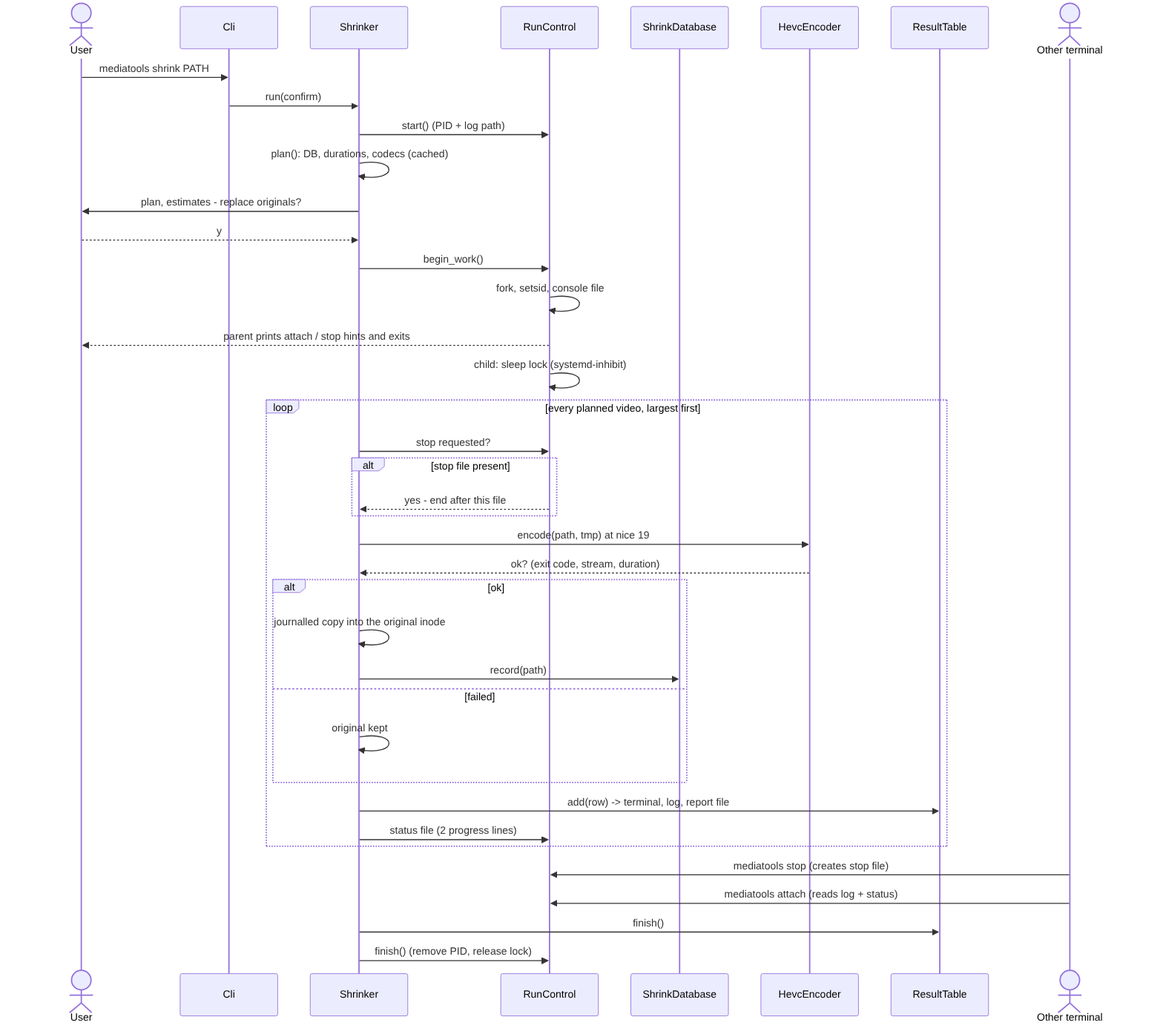
Above: docs/img/seq_shrink.png in peddanet/mediatools (Mermaid), before the change. Its source is kept beside it as docs/img/seq_shrink.mmd.
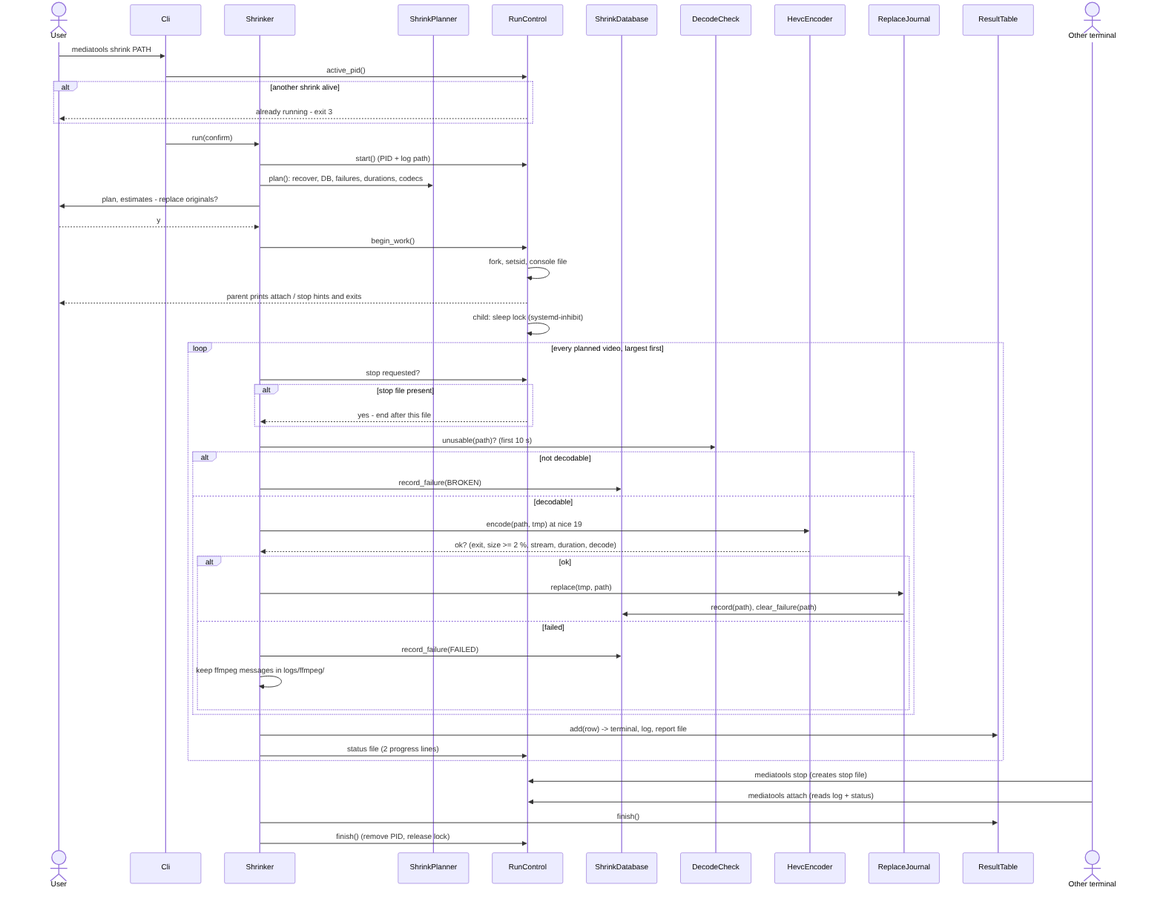
Later version of the same file.

Change to the diagram source:
```diff
@@ -2,15 +2,22 @@
   actor U as User
   participant C as Cli
   participant S as Shrinker
+  participant P as ShrinkPlanner
   participant R as RunControl
   participant D as ShrinkDatabase
+  participant K as DecodeCheck
   participant E as HevcEncoder
+  participant J as ReplaceJournal
   participant T as ResultTable
   actor O as Other terminal
   U->>C: mediatools shrink PATH
+  C->>R: active_pid()
+  alt another shrink alive
+    R-->>U: already running - exit 3
+  end
   C->>S: run(confirm)
   S->>R: start() (PID + log path)
-  S->>S: plan(): DB, durations, codecs (cached)
+  S->>P: plan(): recover, DB, failures, durations, codecs
   S->>U: plan, estimates - replace originals?
   U-->>S: y
   S->>R: begin_work()
@@ -22,13 +29,19 @@
     alt stop file present
       R-->>S: yes - end after this file
     end
-    S->>E: encode(path, tmp) at nice 19
-    E-->>S: ok? (exit code, stream, duration)
-    alt ok
-      S->>S: journalled copy into the original inode
-      S->>D: record(path)
-    else failed
-      S->>S: original kept
+    S->>K: unusable(path)? (first 10 s)
+    alt not decodable
+      S->>D: record_failure(BROKEN)
+    else decodable
+      S->>E: encode(path, tmp) at nice 19
+      E-->>S: ok? (exit, size >= 2 %, stream, duration, decode)
+      alt ok
+        S->>J: replace(tmp, path)
+        J->>D: record(path), clear_failure(path)
+      else failed
+        S->>D: record_failure(FAILED)
+        S->>S: keep ffmpeg messages in logs/ffmpeg/
+      end
     end
     S->>T: add(row) -> terminal, log, report file
     S->>R: status file (2 progress lines)
```
